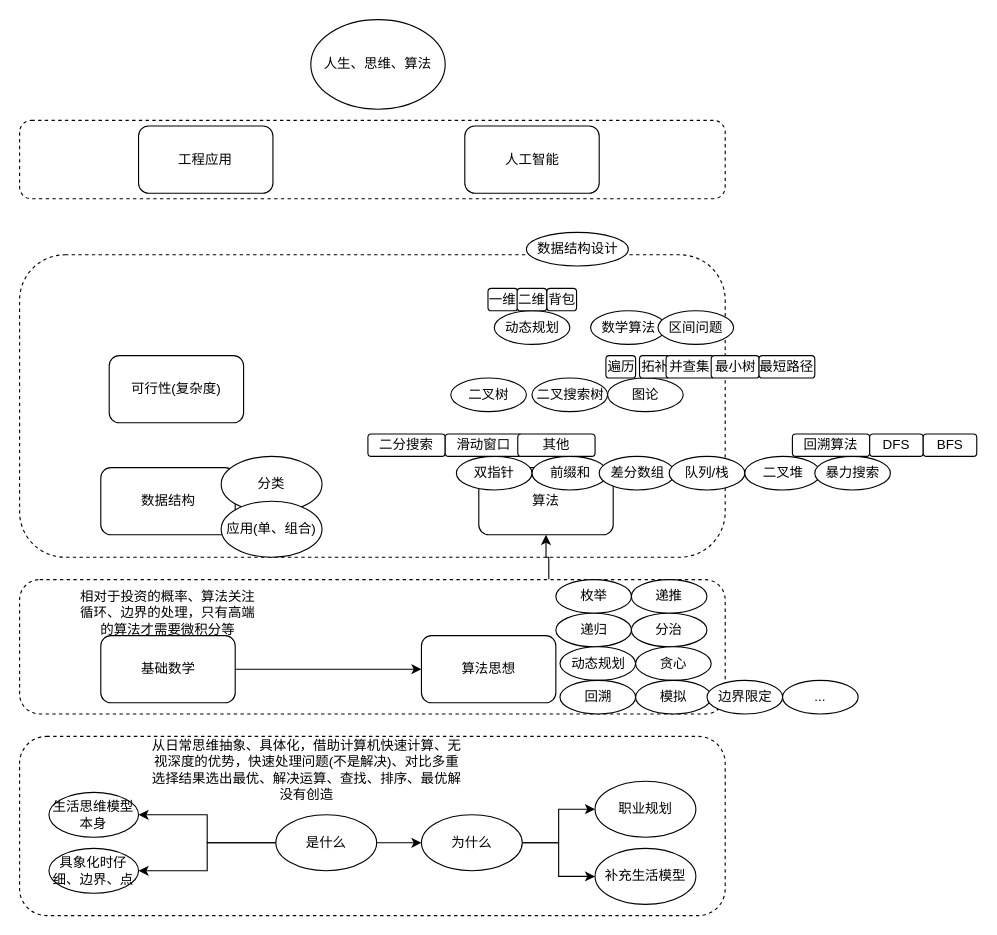
Earlier version of the draw.io diagram menus/suanfamoxing.drawio (Asamiyaa/microservice-k8s-yun). Source tidied: cells renumbered, new cells numbered last; positions are measured from the earlier drawing's top-left corner, leaving out a move shared by most shapes. Both pictures are drawn from the tidied source at 112%, with x=0, y=0 at pixel (19, 19).
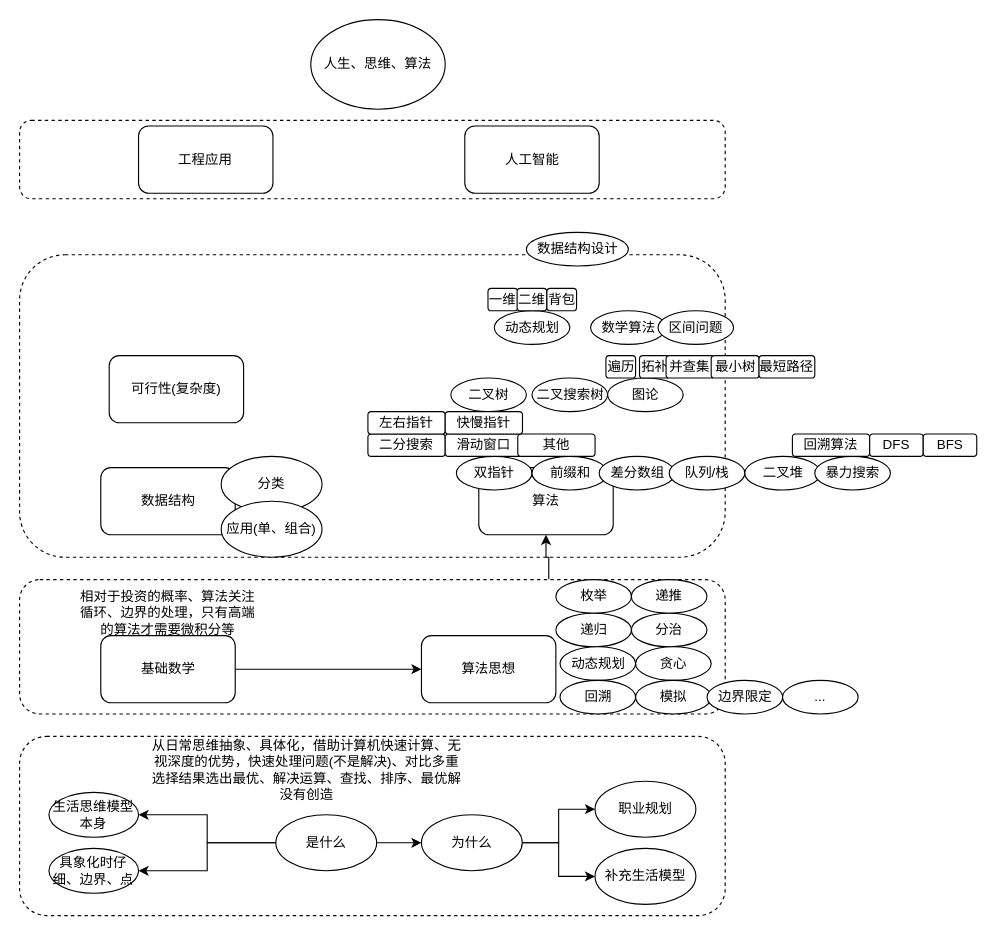
The same diagram, later.

Diff of the diagram source:
```diff
@@
+    <mxCell id="68" value="左右指针" style="rounded=1;whiteSpace=wrap;html=1;" parent="1" vertex="1">
+      <mxGeometry x="311" y="350" width="69" height="20" as="geometry" />
+    </mxCell>
+    <mxCell id="69" value="快慢指针" style="rounded=1;whiteSpace=wrap;html=1;" parent="1" vertex="1">
+      <mxGeometry x="380" y="350" width="69" height="20" as="geometry" />
+    </mxCell>
```
